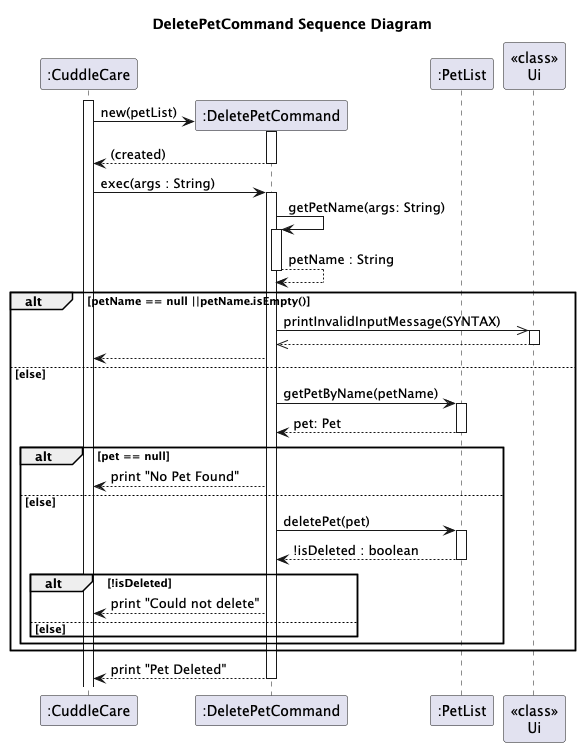
Kevin88866/tp keeps this PlantUML diagram as docs/diagrams/DeletePetCommand_Sequence_Diagram.png. Above is the earlier version.
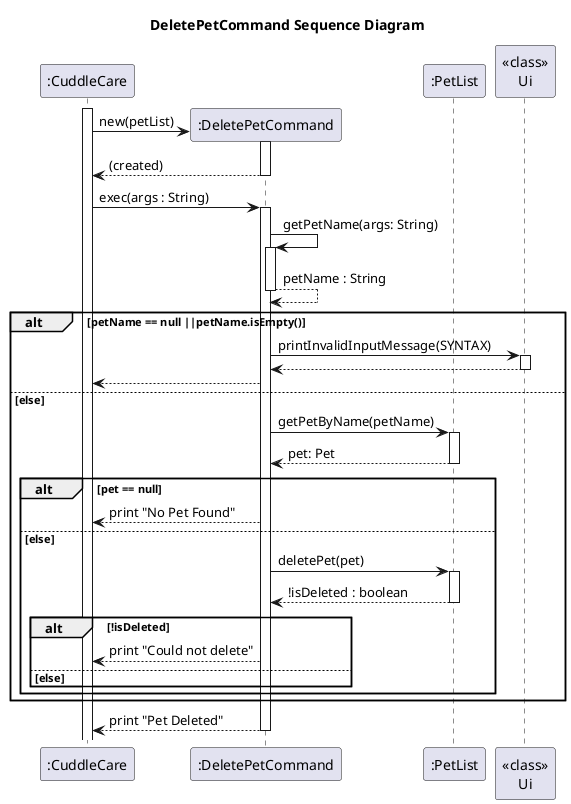
After the commit.

Commit message:
Update Sequence Diagram

Diff of the diagram source:
```diff
@@ -20,7 +20,7 @@
 return petName : String
 
 alt petName == null ||petName.isEmpty()
-    DeletePetCommand ->> Ui : printInvalidInputMessage(SYNTAX)
+    DeletePetCommand -> Ui : printInvalidInputMessage(SYNTAX)
     activate Ui
     return
     DeletePetCommand --> CuddleCare
```
